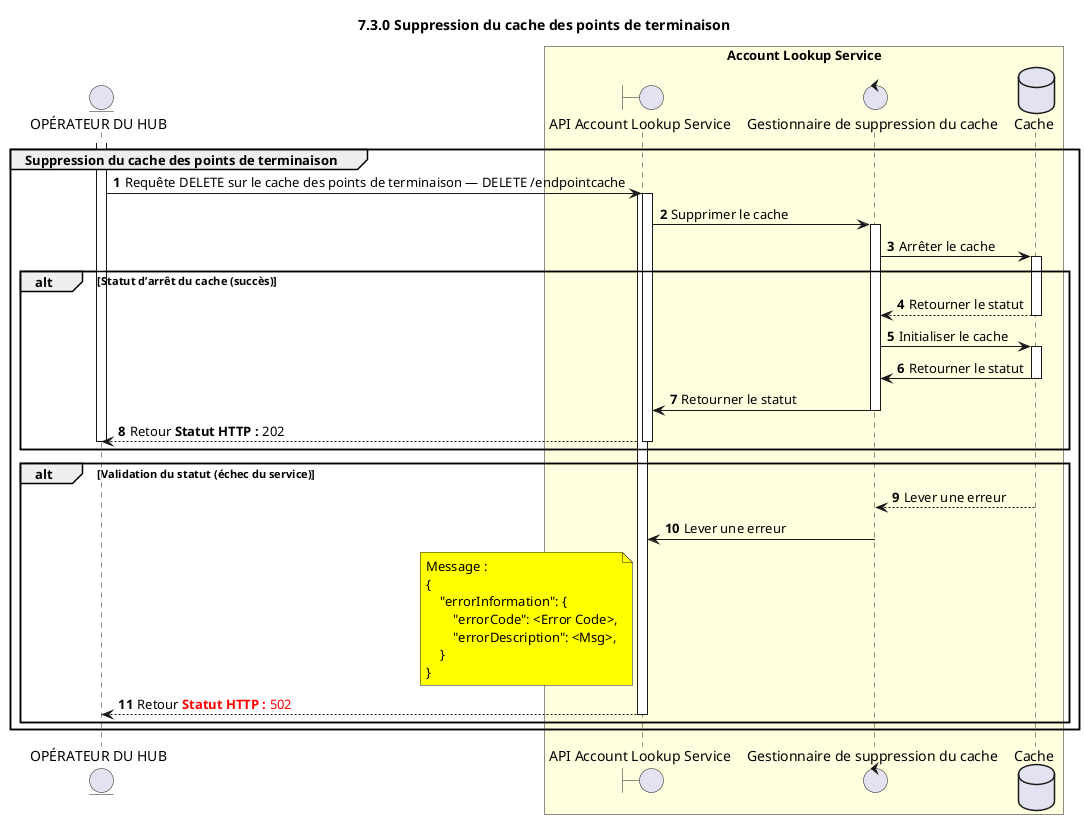
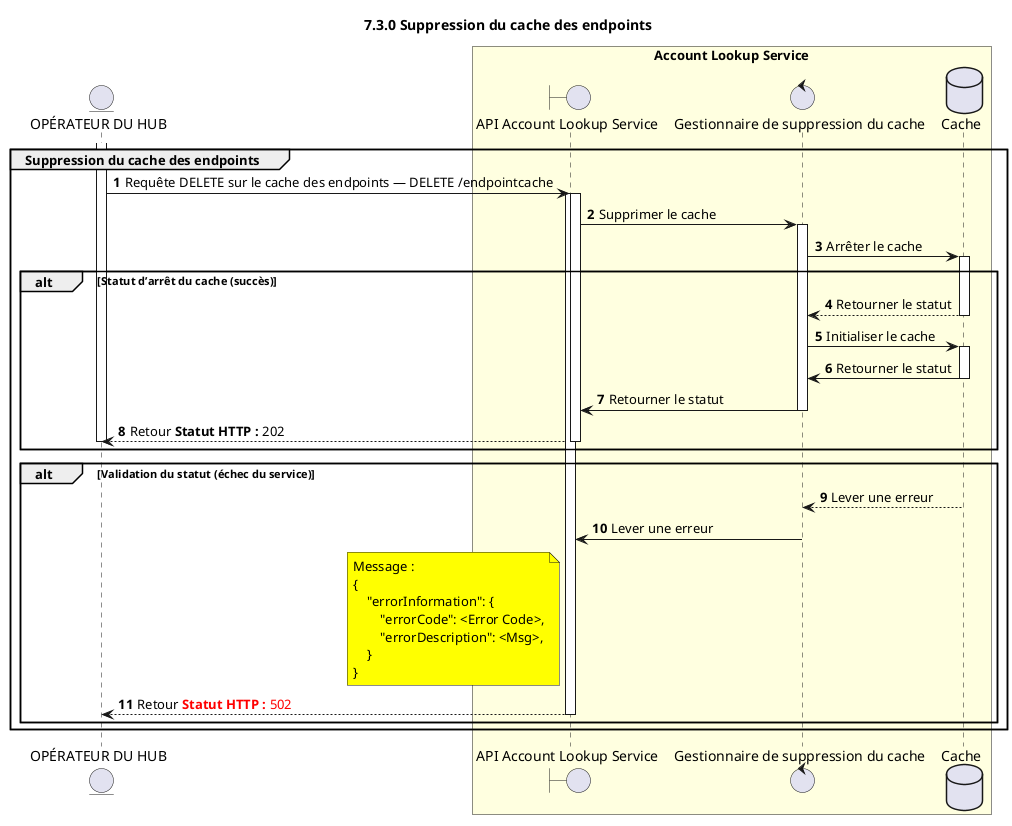
/'*****
 License
 --------------
 Copyright © 2017 Bill & Melinda Gates Foundation
 The Mojaloop files are made available by the Bill & Melinda Gates Foundation under the Apache License, Version 2.0 (the "License") and you may not use these files except in compliance with the License. You may obtain a copy of the License at
 http://www.apache.org/licenses/LICENSE-2.0
 Unless required by applicable law or agreed to in writing, the Mojaloop files are distributed on an "AS IS" BASIS, WITHOUT WARRANTIES OR CONDITIONS OF ANY KIND, either express or implied. See the License for the specific language governing permissions and limitations under the License.
 Contributors
 --------------
 This is the official list of the Mojaloop project contributors for this file.
 Names of the original copyright holders (individuals or organizations)
 should be listed with a '*' in the first column. People who have
 contributed from an organization can be listed under the organization
 that actually holds the copyright for their contributions (see the
 Gates Foundation organization for an example). Those individuals should have
 their names indented and be marked with a '-'. Email address can be added
 optionally within square brackets <email>.
 * Gates Foundation
 - Name Surname <name.surname@gatesfoundation.com>

 * Rajiv Mothilal <rajiv.mothilal@modusbox.com>
 --------------
 ******'/


@startuml
' titre
- title 7.3.0 Suppression du cache des points de terminaison
+ title 7.3.0 Suppression du cache des endpoints

autonumber


' Clés des acteurs :
' boundary - API / interfaces, etc.
' control - Gestionnaire d’API ALS
' database - persistance base de données

' acteurs
entity "OPÉRATEUR DU HUB" as OPERATOR
boundary "API Account Lookup Service" as ALSAPI
control "Gestionnaire de suppression du cache" as DEL_HANDLER
database "Cache" as Cache

box "Account Lookup Service" #LightYellow
participant ALSAPI
participant DEL_HANDLER
participant Cache
end box

' flux

activate OPERATOR
- group Suppression du cache des points de terminaison
-   OPERATOR -> ALSAPI: Requête DELETE sur le cache des points de terminaison — DELETE /endpointcache
+ group Suppression du cache des endpoints
+   OPERATOR -> ALSAPI: Requête DELETE sur le cache des endpoints — DELETE /endpointcache
  activate ALSAPI
  activate ALSAPI

  ALSAPI -> DEL_HANDLER: Supprimer le cache
  activate DEL_HANDLER
  DEL_HANDLER -> Cache: Arrêter le cache
  activate Cache


  alt Statut d’arrêt du cache (succès)
    Cache --> DEL_HANDLER: Retourner le statut
    deactivate Cache

    DEL_HANDLER -> Cache: Initialiser le cache
    activate Cache
    Cache -> DEL_HANDLER: Retourner le statut
    deactivate Cache
    DEL_HANDLER -> ALSAPI: Retourner le statut
    deactivate DEL_HANDLER
    ALSAPI --> OPERATOR: Retour <color #000000><b>Statut HTTP :</b> 202</color>

    deactivate ALSAPI
    deactivate OPERATOR
  end

  alt Validation du statut (échec du service)
    Cache --> DEL_HANDLER: Lever une erreur
    deactivate Cache
    DEL_HANDLER -> ALSAPI: Lever une erreur
    deactivate DEL_HANDLER
    note left of ALSAPI #yellow
        Message :
        {
            "errorInformation": {
                "errorCode": <Error Code>,
                "errorDescription": <Msg>,
            }
        }
    end note

    ALSAPI --> OPERATOR: Retour <color #FF0000><b>Statut HTTP :</b> 502</color>

    deactivate ALSAPI
    deactivate OPERATOR


  end
end

@enduml
